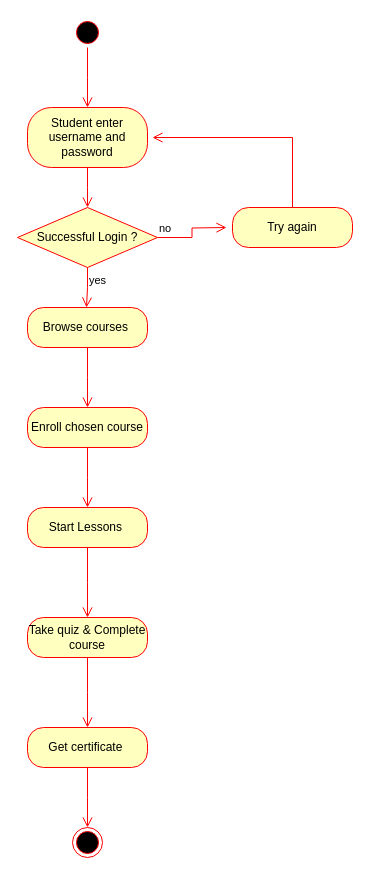
Before: Activity Diagram.drawio in ahmed-elmasryy/SkillForge-UML-Design, a draw.io diagram. Source tidied: cells renumbered, new cells numbered last; positions are measured from the earlier drawing's top-left corner, leaving out a move shared by most shapes. Both pictures are drawn from the tidied source at 100%, with x=0, y=0 at pixel (17, 17).
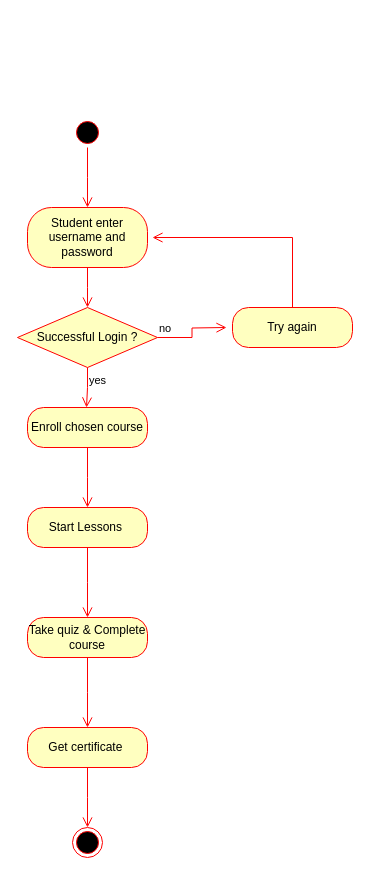
The same diagram, later.

The edit, as a diff of the source:
```diff
@@
     <mxCell id="2" style="ellipse;html=1;shape=startState;fillColor=#000000;strokeColor=#ff0000;" parent="1" vertex="1">
-      <mxGeometry x="55" width="30" height="30" as="geometry" />
+      <mxGeometry x="55" y="100" width="30" height="30" as="geometry" />
     </mxCell>
     <mxCell id="3" style="edgeStyle=orthogonalEdgeStyle;html=1;verticalAlign=bottom;endArrow=open;endSize=8;strokeColor=#ff0000;rounded=0;" parent="1" edge="1" source="2">
       <mxGeometry relative="1" as="geometry">
-        <mxPoint x="70" y="90" as="targetPoint" />
+        <mxPoint x="70" y="190" as="targetPoint" />
       </mxGeometry>
     </mxCell>
     <mxCell id="4" value="Student enter username and password" style="rounded=1;whiteSpace=wrap;html=1;arcSize=40;fontColor=#000000;fillColor=#ffffc0;strokeColor=#ff0000;" parent="1" vertex="1">
-      <mxGeometry x="10" y="90" width="120" height="60" as="geometry" />
+      <mxGeometry x="10" y="190" width="120" height="60" as="geometry" />
     </mxCell>
     <mxCell id="5" style="edgeStyle=orthogonalEdgeStyle;html=1;verticalAlign=bottom;endArrow=open;endSize=8;strokeColor=#ff0000;rounded=0;" parent="1" edge="1" source="4">
       <mxGeometry relative="1" as="geometry">
-        <mxPoint x="70" y="190" as="targetPoint" />
+        <mxPoint x="70" y="290" as="targetPoint" />
       </mxGeometry>
     </mxCell>
     <mxCell id="6" value="Successful Login ?" style="rhombus;whiteSpace=wrap;html=1;fontColor=#000000;fillColor=#ffffc0;strokeColor=#ff0000;" parent="1" vertex="1">
-      <mxGeometry y="190" width="140" height="60" as="geometry" />
+      <mxGeometry y="290" width="140" height="60" as="geometry" />
     </mxCell>
     <mxCell id="7" value="no" style="edgeStyle=orthogonalEdgeStyle;html=1;align=left;verticalAlign=bottom;endArrow=open;endSize=8;strokeColor=#ff0000;rounded=0;" parent="1" edge="1" source="6">
       <mxGeometry x="-1" relative="1" as="geometry">
-        <mxPoint x="209" y="210" as="targetPoint" />
+        <mxPoint x="209" y="310" as="targetPoint" />
       </mxGeometry>
     </mxCell>
     <mxCell id="8" value="yes" style="edgeStyle=orthogonalEdgeStyle;html=1;align=left;verticalAlign=top;endArrow=open;endSize=8;strokeColor=#ff0000;rounded=0;" parent="1" edge="1" source="6">
       <mxGeometry x="-1" relative="1" as="geometry">
-        <mxPoint x="69" y="290" as="targetPoint" />
+        <mxPoint x="69" y="390" as="targetPoint" />
       </mxGeometry>
     </mxCell>
     <mxCell id="9" value="Try again" style="rounded=1;whiteSpace=wrap;html=1;arcSize=40;fontColor=#000000;fillColor=#ffffc0;strokeColor=#ff0000;direction=west;" parent="1" vertex="1">
-      <mxGeometry x="215" y="190" width="120" height="40" as="geometry" />
+      <mxGeometry x="215" y="290" width="120" height="40" as="geometry" />
     </mxCell>
     <mxCell id="10" style="edgeStyle=orthogonalEdgeStyle;html=1;verticalAlign=bottom;endArrow=open;endSize=8;strokeColor=#ff0000;rounded=0;" parent="1" edge="1" source="9">
       <mxGeometry relative="1" as="geometry">
-        <mxPoint x="135" y="120" as="targetPoint" />
+        <mxPoint x="135" y="220" as="targetPoint" />
         <Array as="points">
-          <mxPoint x="275" y="120" />
+          <mxPoint x="275" y="220" />
         </Array>
       </mxGeometry>
     </mxCell>
-    <mxCell id="11" value="Browse courses&amp;nbsp;" style="rounded=1;whiteSpace=wrap;html=1;arcSize=40;fontColor=#000000;fillColor=#ffffc0;strokeColor=#ff0000;" parent="1" vertex="1">
-      <mxGeometry x="10" y="290" width="120" height="40" as="geometry" />
-    </mxCell>
-    <mxCell id="12" style="edgeStyle=orthogonalEdgeStyle;html=1;verticalAlign=bottom;endArrow=open;endSize=8;strokeColor=#ff0000;rounded=0;" parent="1" edge="1" source="11">
-      <mxGeometry relative="1" as="geometry">
-        <mxPoint x="70" y="390" as="targetPoint" />
-      </mxGeometry>
-    </mxCell>
```
